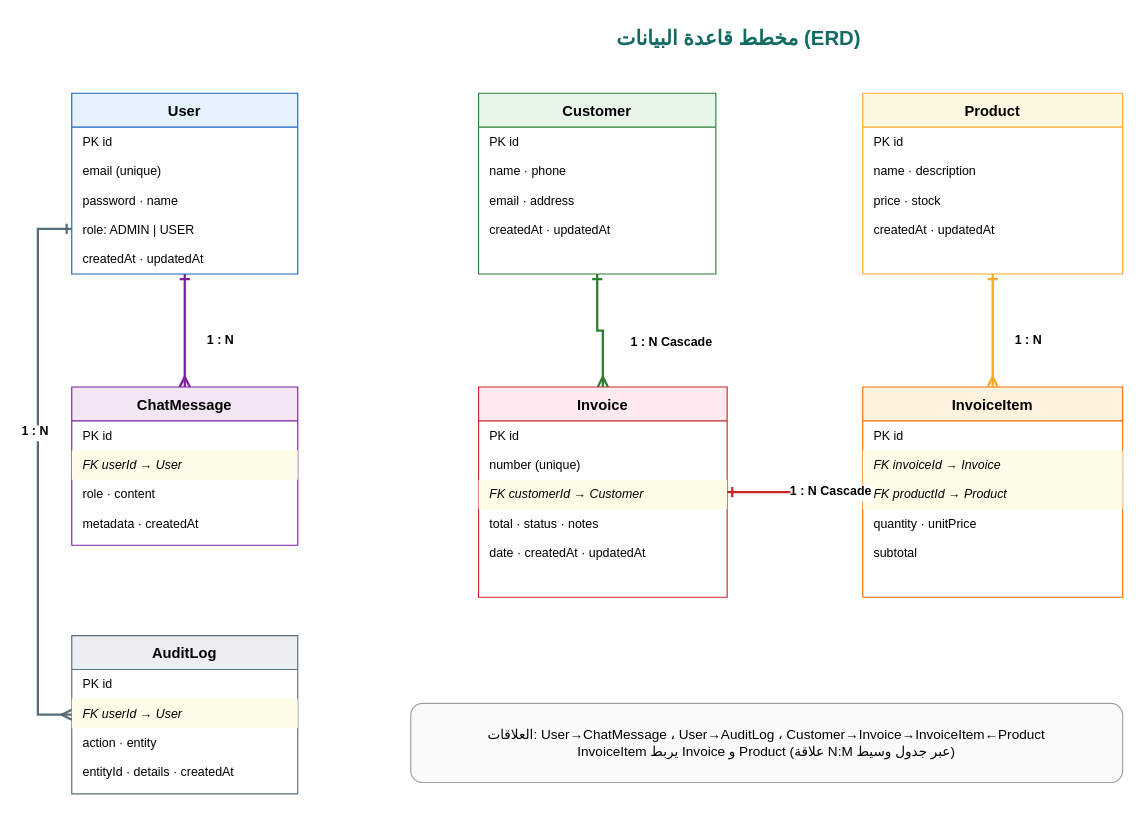
Before: page "3. قاعدة البيانات" (3 of 6) of docs/project-diagrams.drawio in Besher-Hamze/AIAccessibilityAssistant, a draw.io diagram. Source tidied: cells renumbered, new cells numbered last; positions are measured from the earlier drawing's top-left corner, leaving out a move shared by most shapes. Both pictures are drawn from the tidied source at 113%, with x=0, y=0 at pixel (37, 19).
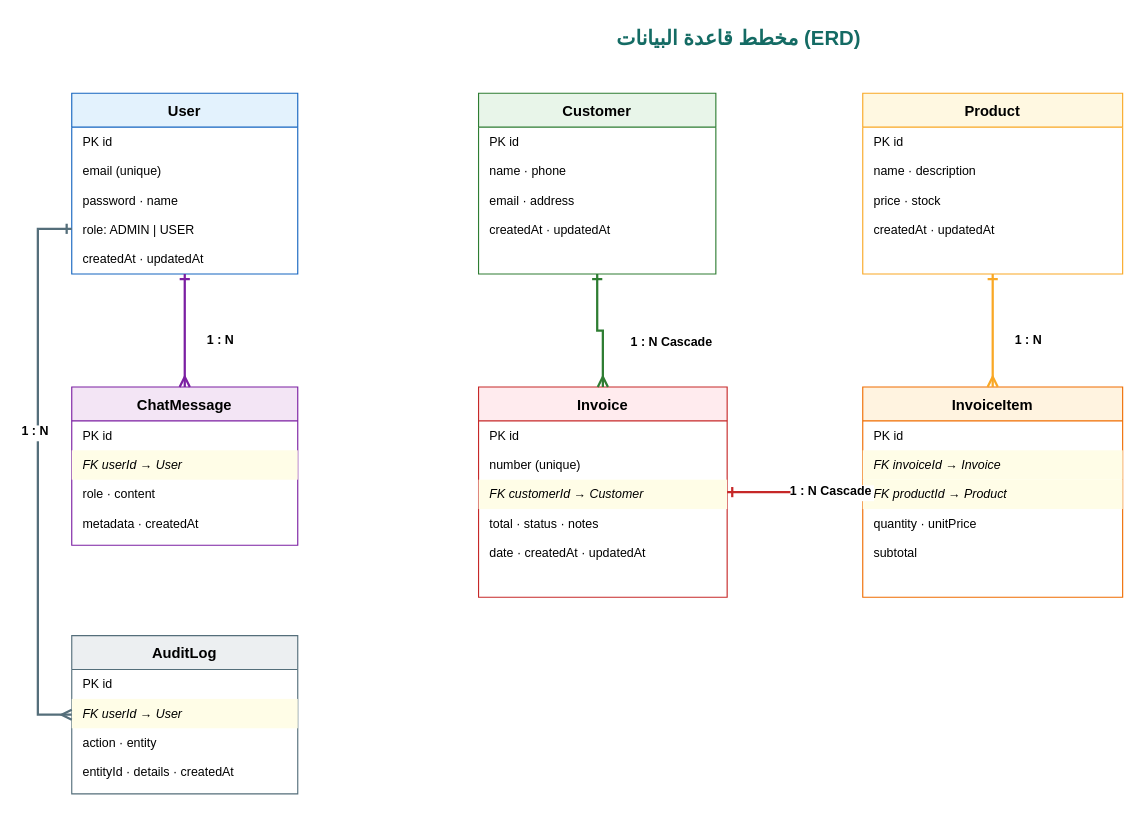
Above is the later version.

Change to the diagram source:
```diff
@@
-    <mxCell id="55" value="العلاقات: User→ChatMessage ، User→AuditLog ، Customer→Invoice→InvoiceItem←Product&#10;InvoiceItem يربط Invoice و Product (علاقة N:M عبر جدول وسيط)" style="rounded=1;whiteSpace=wrap;html=1;fillColor=#FAFAFA;strokeColor=#9E9E9E;fontSize=12;align=center;" parent="1" vertex="1">
-      <mxGeometry x="330" y="605" width="630" height="70" as="geometry" />
-    </mxCell>
```
